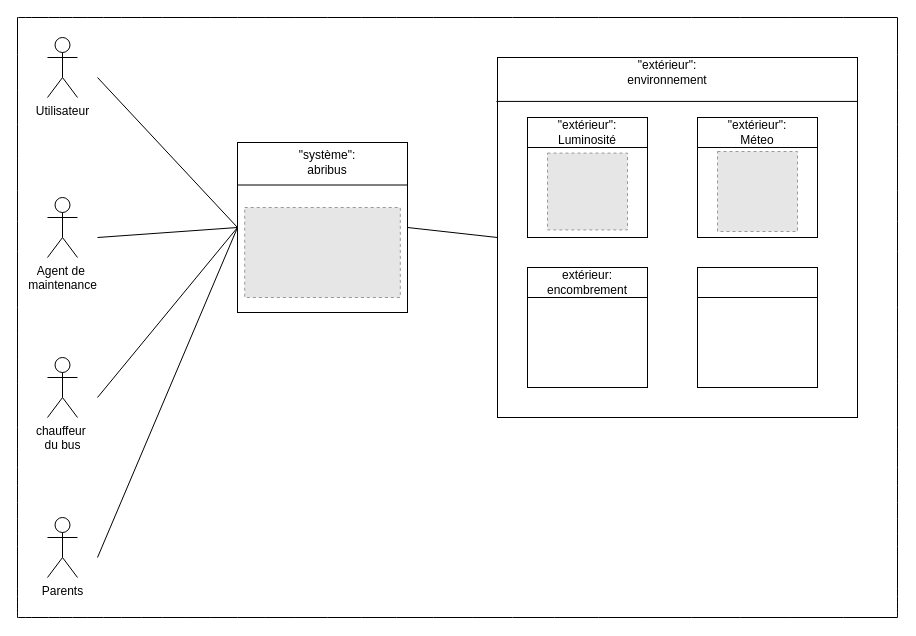
Earlier version of the draw.io diagram Diagrammes_finis/Diagramme de contexte fini.drawio (hardelaynoe/projet_abris_bus). Source tidied: cells renumbered, new cells numbered last; positions are measured from the earlier drawing's top-left corner, leaving out a move shared by most shapes. Both pictures are drawn from the tidied source at 100%, with x=0, y=0 at pixel (17, 17). Pictures stored in the file or linked from it are replaced by grey dashed boxes.
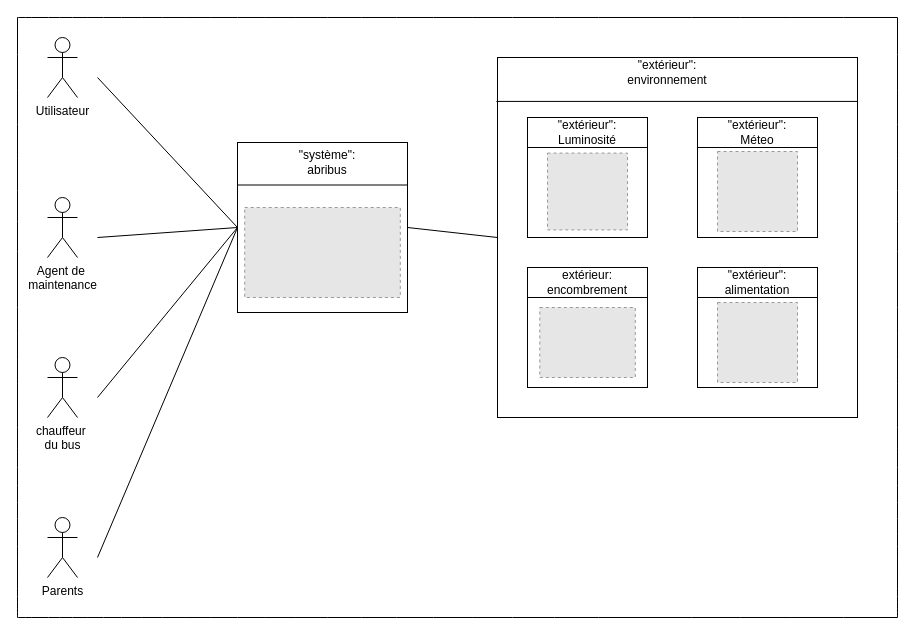
The same page after the edit.

Commit message (it also covers changes not shown here):
Mettre à jour Diagramme de contexte fini.drawio

What changed in the source:
```diff
@@
+    <mxCell id="35" style="fillColor=#E6E6E6;strokeColor=#999999;dashed=1;verticalLabelPosition=bottom;labelBackgroundColor=default;verticalAlign=top;" parent="1" vertex="1">
+      <mxGeometry x="522.3" y="290" width="95.5" height="70" as="geometry" />
+    </mxCell>
+    <mxCell id="36" style="fillColor=#E6E6E6;strokeColor=#999999;dashed=1;verticalLabelPosition=bottom;labelBackgroundColor=default;verticalAlign=top;" parent="1" vertex="1">
+      <mxGeometry x="700" y="285" width="80" height="80" as="geometry" />
+    </mxCell>
+    <mxCell id="37" value="&quot;extérieur&quot;:&lt;div&gt;alimentation&lt;/div&gt;" style="text;html=1;whiteSpace=wrap;strokeColor=none;fillColor=none;align=center;verticalAlign=middle;rounded=0;" parent="1" vertex="1">
+      <mxGeometry x="710" y="250" width="60" height="30" as="geometry" />
+    </mxCell>
```
